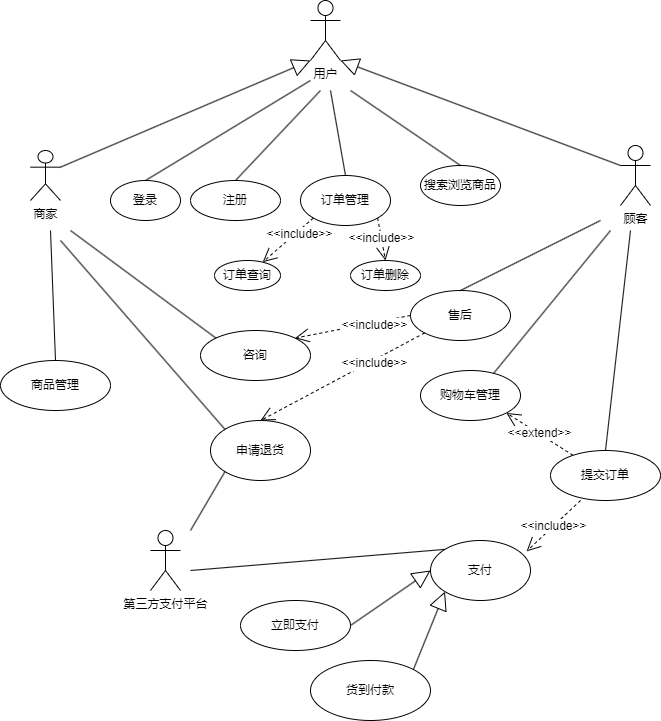
Earlier version of the draw.io export 实验1.drawio.png (ICEFJL/Experiment-with-software-development-methods). Source tidied: cells renumbered, new cells last; positions are measured from the earlier drawing's top-left corner, leaving out a move shared by most shapes.
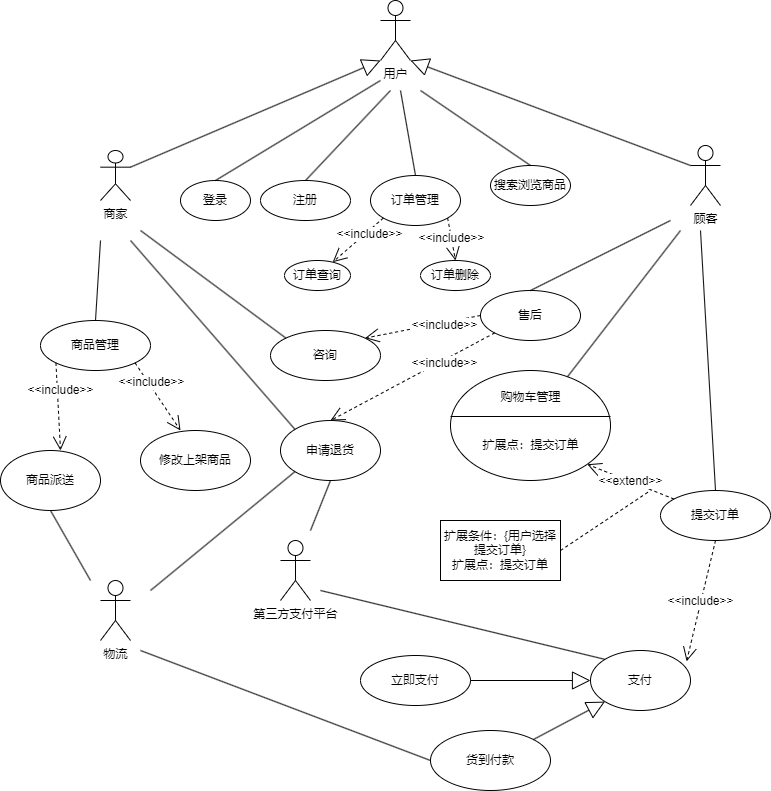
Later version of the same file.

The edit, as a diff of the source:
```diff
@@ -61,8 +61,8 @@
     <mxCell id="18" value="&amp;lt;&amp;lt;include&amp;gt;&amp;gt;" style="endArrow=open;endSize=12;dashed=1;html=1;rounded=0;exitX=1;exitY=1;exitDx=0;exitDy=0;entryX=0.5;entryY=0;entryDx=0;entryDy=0;" parent="1" edge="1" source="11" target="17">
       <mxGeometry relative="1" as="geometry" />
     </mxCell>
-    <mxCell id="19" value="购物车管理" style="ellipse;whiteSpace=wrap;html=1;" parent="1" vertex="1">
-      <mxGeometry x="420" y="370" width="100" height="50" as="geometry" />
+    <mxCell id="19" style="ellipse;whiteSpace=wrap;html=1;" parent="1" vertex="1">
+      <mxGeometry x="380" y="370" width="160" height="110" as="geometry" />
     </mxCell>
     <mxCell id="20" style="endArrow=none;html=1;rounded=0;exitX=0.731;exitY=0.057;exitDx=0;exitDy=0;exitPerimeter=0;" parent="1" edge="1" source="19">
       <mxGeometry relative="1" as="geometry">
@@ -78,17 +78,17 @@
       </mxGeometry>
     </mxCell>
     <mxCell id="23" value="提交订单" style="ellipse;whiteSpace=wrap;html=1;" parent="1" vertex="1">
-      <mxGeometry x="550" y="450" width="110" height="50" as="geometry" />
+      <mxGeometry x="590" y="490" width="110" height="50" as="geometry" />
     </mxCell>
     <mxCell id="24" value="支付" style="ellipse;whiteSpace=wrap;html=1;" parent="1" vertex="1">
-      <mxGeometry x="430" y="540" width="100" height="60" as="geometry" />
+      <mxGeometry x="520" y="650" width="100" height="60" as="geometry" />
     </mxCell>
     <mxCell id="25" value="商品管理" style="ellipse;whiteSpace=wrap;html=1;" parent="1" vertex="1">
-      <mxGeometry y="360" width="110" height="50" as="geometry" />
+      <mxGeometry x="-30" y="320" width="110" height="50" as="geometry" />
     </mxCell>
     <mxCell id="26" style="endArrow=none;html=1;rounded=0;exitX=0.5;exitY=0;exitDx=0;exitDy=0;" parent="1" edge="1" source="25">
       <mxGeometry relative="1" as="geometry">
-        <mxPoint x="50" y="230" as="targetPoint" />
+        <mxPoint x="30" y="240" as="targetPoint" />
       </mxGeometry>
     </mxCell>
     <mxCell id="27" style="endArrow=none;html=1;rounded=0;exitX=0.5;exitY=0;exitDx=0;exitDy=0;" parent="1" edge="1" source="23">
@@ -99,7 +99,7 @@
     <mxCell id="28" value="&amp;lt;&amp;lt;extend&amp;gt;&amp;gt;" style="endArrow=open;endSize=12;dashed=1;html=1;rounded=0;entryX=1;entryY=1;entryDx=0;entryDy=0;" parent="1" edge="1" source="23" target="19">
       <mxGeometry relative="1" as="geometry" />
     </mxCell>
-    <mxCell id="29" value="&amp;lt;&amp;lt;include&amp;gt;&amp;gt;" style="endArrow=open;endSize=12;dashed=1;html=1;rounded=0;exitX=0.273;exitY=1;exitDx=0;exitDy=0;entryX=0.961;entryY=0.181;entryDx=0;entryDy=0;exitPerimeter=0;entryPerimeter=0;" parent="1" edge="1" source="23" target="24">
+    <mxCell id="29" value="&amp;lt;&amp;lt;include&amp;gt;&amp;gt;" style="endArrow=open;endSize=12;dashed=1;html=1;rounded=0;exitX=0.5;exitY=1;exitDx=0;exitDy=0;entryX=0.961;entryY=0.181;entryDx=0;entryDy=0;entryPerimeter=0;" parent="1" edge="1" source="23" target="24">
       <mxGeometry relative="1" as="geometry" />
     </mxCell>
     <mxCell id="30" value="申请退货" style="ellipse;whiteSpace=wrap;html=1;" parent="1" vertex="1">
@@ -120,10 +120,10 @@
       </mxGeometry>
     </mxCell>
     <mxCell id="35" value="立即支付" style="ellipse;whiteSpace=wrap;html=1;" parent="1" vertex="1">
-      <mxGeometry x="240" y="600" width="110" height="50" as="geometry" />
+      <mxGeometry x="290" y="655" width="110" height="50" as="geometry" />
     </mxCell>
     <mxCell id="36" value="货到付款" style="ellipse;whiteSpace=wrap;html=1;" parent="1" vertex="1">
-      <mxGeometry x="310" y="660" width="120" height="60" as="geometry" />
+      <mxGeometry x="360" y="730" width="120" height="60" as="geometry" />
     </mxCell>
     <mxCell id="37" style="endArrow=block;endSize=16;endFill=0;html=1;rounded=0;exitX=1;exitY=0.5;exitDx=0;exitDy=0;entryX=0;entryY=0.5;entryDx=0;entryDy=0;" parent="1" edge="1" source="35" target="24">
       <mxGeometry relative="1" as="geometry" />
@@ -137,17 +137,68 @@
       </mxGeometry>
     </mxCell>
     <mxCell id="40" value="第三方支付平台" style="shape=umlActor;verticalLabelPosition=bottom;verticalAlign=top;html=1;" parent="1" vertex="1">
-      <mxGeometry x="150" y="530" width="30" height="60" as="geometry" />
+      <mxGeometry x="210" y="540" width="30" height="60" as="geometry" />
     </mxCell>
     <mxCell id="41" style="endArrow=none;html=1;rounded=0;exitX=0;exitY=0;exitDx=0;exitDy=0;" parent="1" edge="1" source="24">
       <mxGeometry relative="1" as="geometry">
-        <mxPoint x="190" y="570" as="targetPoint" />
+        <mxPoint x="250" y="590" as="targetPoint" />
       </mxGeometry>
     </mxCell>
-    <mxCell id="42" style="endArrow=none;html=1;rounded=0;exitX=0;exitY=1;exitDx=0;exitDy=0;" parent="1" edge="1" source="30">
+    <mxCell id="42" style="endArrow=none;html=1;rounded=0;exitX=0.5;exitY=1;exitDx=0;exitDy=0;" parent="1" edge="1" source="30">
       <mxGeometry relative="1" as="geometry">
-        <mxPoint x="190" y="530" as="targetPoint" />
+        <mxPoint x="240" y="530" as="targetPoint" />
       </mxGeometry>
     </mxCell>
+    <mxCell id="43" style="line;strokeWidth=1;fillColor=none;align=left;verticalAlign=middle;spacingTop=-1;spacingLeft=3;spacingRight=3;labelPosition=right;strokeColor=inherit;" parent="1" vertex="1">
+      <mxGeometry x="380" y="412" width="160" height="8" as="geometry" />
+    </mxCell>
+    <mxCell id="44" value="购物车管理" style="text;html=1;align=center;verticalAlign=middle;strokeColor=none;fillColor=none;" parent="1" vertex="1">
+      <mxGeometry x="420" y="382" width="80" height="30" as="geometry" />
+    </mxCell>
+    <mxCell id="45" value="扩展点：提交订单" style="text;html=1;align=center;verticalAlign=middle;strokeColor=none;fillColor=none;" parent="1" vertex="1">
+      <mxGeometry x="400" y="430" width="120" height="30" as="geometry" />
+    </mxCell>
+    <mxCell id="46" value="扩展条件：{用户选择提交订单}&lt;br&gt;扩展点：提交订单" style="rounded=0;whiteSpace=wrap;html=1;" parent="1" vertex="1">
+      <mxGeometry x="370" y="520" width="120" height="60" as="geometry" />
+    </mxCell>
+    <mxCell id="47" style="endArrow=none;dashed=1;html=1;rounded=0;exitX=1;exitY=0.5;exitDx=0;exitDy=0;" parent="1" edge="1" source="46">
+      <mxGeometry relative="1" as="geometry">
+        <mxPoint x="580" y="490" as="targetPoint" />
+      </mxGeometry>
+    </mxCell>
+    <mxCell id="48" value="物流" style="shape=umlActor;verticalLabelPosition=bottom;verticalAlign=top;html=1;" parent="1" vertex="1">
+      <mxGeometry x="30" y="580" width="30" height="60" as="geometry" />
+    </mxCell>
+    <mxCell id="49" style="endArrow=none;html=1;rounded=0;exitX=0;exitY=1;exitDx=0;exitDy=0;" parent="1" edge="1" source="30">
+      <mxGeometry relative="1" as="geometry">
+        <mxPoint x="80" y="590" as="targetPoint" />
+      </mxGeometry>
+    </mxCell>
+    <mxCell id="50" style="endArrow=none;html=1;rounded=0;exitX=0;exitY=0.5;exitDx=0;exitDy=0;" parent="1" edge="1" source="36">
+      <mxGeometry relative="1" as="geometry">
+        <mxPoint x="70" y="650" as="targetPoint" />
+      </mxGeometry>
+    </mxCell>
+    <mxCell id="51" value="&amp;lt;&amp;lt;include&amp;gt;&amp;gt;" style="endArrow=open;endSize=12;dashed=1;html=1;rounded=0;exitX=1;exitY=1;exitDx=0;exitDy=0;" parent="1" edge="1" source="25">
+      <mxGeometry x="-0.37" y="3" relative="1" as="geometry">
+        <mxPoint x="110" y="430" as="targetPoint" />
+      </mxGeometry>
+    </mxCell>
+    <mxCell id="52" value="修改上架商品" style="ellipse;whiteSpace=wrap;html=1;" parent="1" vertex="1">
+      <mxGeometry x="70" y="430" width="110" height="60" as="geometry" />
+    </mxCell>
+    <mxCell id="53" value="&amp;lt;&amp;lt;include&amp;gt;&amp;gt;" style="endArrow=open;endSize=12;dashed=1;html=1;rounded=0;exitX=0;exitY=1;exitDx=0;exitDy=0;" parent="1" edge="1" source="25">
+      <mxGeometry x="-0.37" y="3" relative="1" as="geometry">
+        <mxPoint x="-10" y="450" as="targetPoint" />
+      </mxGeometry>
+    </mxCell>
+    <mxCell id="54" value="商品派送" style="ellipse;whiteSpace=wrap;html=1;" parent="1" vertex="1">
+      <mxGeometry x="-70" y="450" width="100" height="60" as="geometry" />
+    </mxCell>
+    <mxCell id="55" style="endArrow=none;html=1;rounded=0;exitX=0.5;exitY=1;exitDx=0;exitDy=0;" parent="1" edge="1" source="54">
+      <mxGeometry relative="1" as="geometry">
+        <mxPoint x="20" y="580" as="targetPoint" />
+      </mxGeometry>
+    </mxCell>
   </root>
 </mxGraphModel>
```
